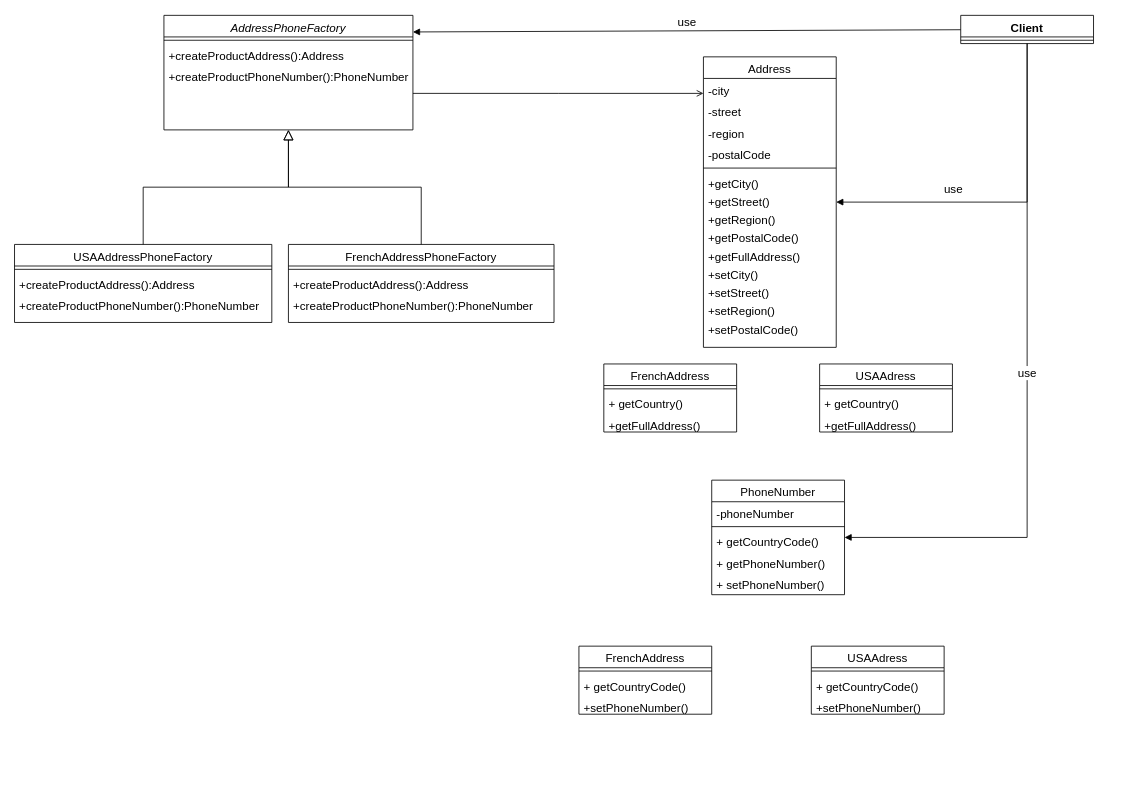
Before: Seminar2.drawio in PanJr0109/PanJr0109, a draw.io diagram. Source tidied: cells renumbered, new cells numbered last; positions are measured from the earlier drawing's top-left corner, leaving out a move shared by most shapes. Both pictures are drawn from the tidied source at 83%, with x=0, y=0 at pixel (14, 15).
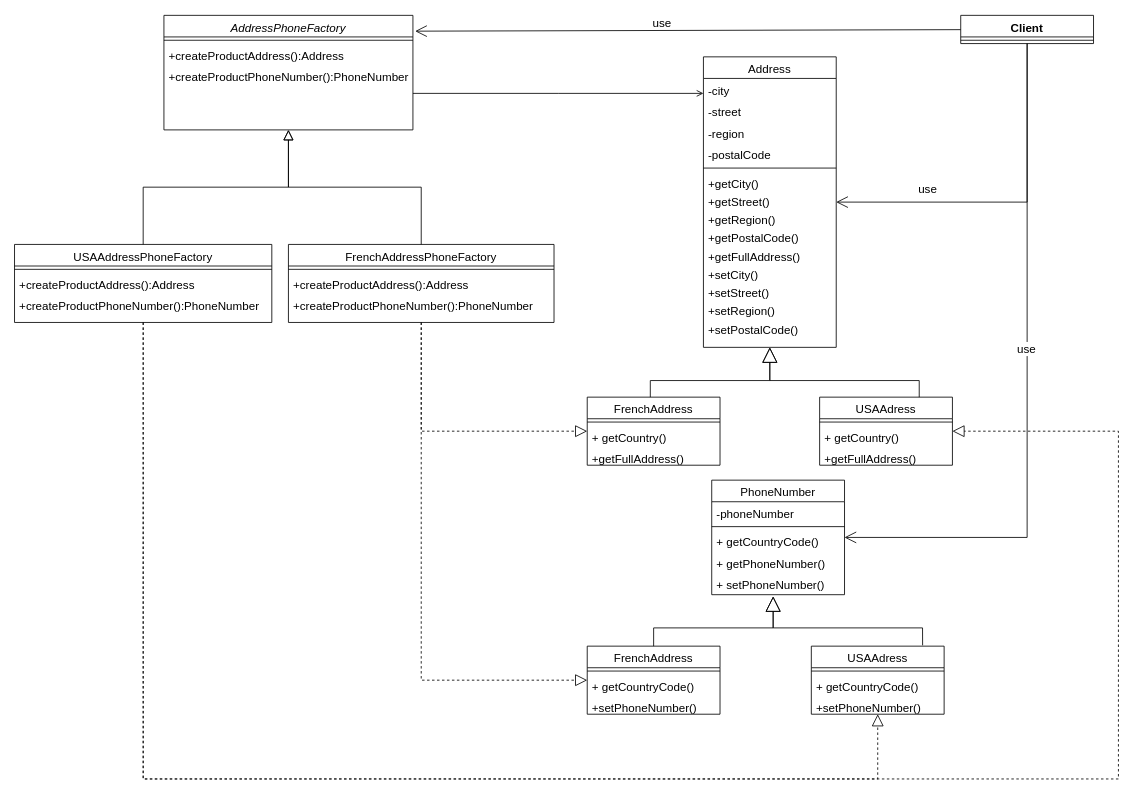
Above is the later version.

Unchanged cells that the change refers to:
```xml
<mxCell id="2" value="AddressPhoneFactory" style="swimlane;fontStyle=2;align=center;verticalAlign=top;horizontal=1;startSize=26;rounded=0;shadow=0;strokeWidth=1;fontSize=14;" parent="1" vertex="1">
  <mxGeometry x="180" width="300" height="138" as="geometry" />
</mxCell>
<mxCell id="6" value="USAAddressPhoneFactory" style="swimlane;fontStyle=0;align=center;verticalAlign=top;horizontal=1;startSize=26;rounded=0;shadow=0;strokeWidth=1;fontSize=14;" parent="1" vertex="1">
  <mxGeometry y="276" width="310" height="94" as="geometry" />
</mxCell>
<mxCell id="11" value="FrenchAddressPhoneFactory" style="swimlane;fontStyle=0;align=center;verticalAlign=top;horizontal=1;startSize=26;rounded=0;shadow=0;strokeWidth=1;fontSize=14;" parent="1" vertex="1">
  <mxGeometry x="330" y="276" width="320" height="94" as="geometry" />
</mxCell>
<mxCell id="16" value="Address" style="swimlane;fontStyle=0;align=center;verticalAlign=top;horizontal=1;startSize=26;rounded=0;shadow=0;strokeWidth=1;fontSize=14;" parent="1" vertex="1">
  <mxGeometry x="830" y="50" width="160" height="350" as="geometry" />
</mxCell>
<mxCell id="40" value="PhoneNumber" style="swimlane;fontStyle=0;align=center;verticalAlign=top;horizontal=1;startSize=26;fontSize=14;" parent="1" vertex="1">
  <mxGeometry x="840" y="560" width="160" height="138" as="geometry" />
</mxCell>
<mxCell id="50" value="USAAdress" style="swimlane;fontStyle=0;align=center;verticalAlign=top;horizontal=1;startSize=26;fontSize=14;" parent="1" vertex="1">
  <mxGeometry x="960" y="760" width="160" height="82" as="geometry" />
</mxCell>
<mxCell id="54" value="Client" style="swimlane;fontStyle=1;align=center;verticalAlign=top;horizontal=1;startSize=26;fontSize=14;" parent="1" vertex="1">
  <mxGeometry x="1140" width="160" height="34" as="geometry" />
</mxCell>
```

The edit, as a diff of the source:
```diff
@@
     <mxCell id="32" value="FrenchAddress" style="swimlane;fontStyle=0;align=center;verticalAlign=top;horizontal=1;startSize=26;fontSize=14;" parent="1" vertex="1">
-      <mxGeometry x="710" y="420" width="160" height="82" as="geometry" />
+      <mxGeometry x="690" y="460" width="160" height="82" as="geometry" />
     </mxCell>
@@
     <mxCell id="36" value="USAAdress" style="swimlane;fontStyle=0;align=center;verticalAlign=top;horizontal=1;startSize=26;fontSize=14;" parent="1" vertex="1">
-      <mxGeometry x="970" y="420" width="160" height="82" as="geometry" />
+      <mxGeometry x="970" y="460" width="160" height="82" as="geometry" />
     </mxCell>
@@
     <mxCell id="46" value="FrenchAddress" style="swimlane;fontStyle=0;align=center;verticalAlign=top;horizontal=1;startSize=26;fontSize=14;" parent="1" vertex="1">
-      <mxGeometry x="680" y="760" width="160" height="82" as="geometry" />
+      <mxGeometry x="690" y="760" width="160" height="82" as="geometry" />
     </mxCell>
@@
-    <mxCell id="56" value="use" style="html=1;verticalAlign=bottom;endArrow=block;rounded=0;fontSize=14;" parent="1" edge="1" source="54">
-      <mxGeometry relative="1" as="geometry">
-        <mxPoint x="480" y="20" as="targetPoint" />
-      </mxGeometry>
-    </mxCell>
+    <mxCell id="59" style="endArrow=block;endSize=16;endFill=0;html=1;rounded=0;fontSize=14;" parent="1" edge="1" target="16">
+      <mxGeometry x="-0.5" y="-50" relative="1" as="geometry">
+        <mxPoint x="766" y="460" as="sourcePoint" />
+        <Array as="points">
+          <mxPoint x="766" y="440" />
+          <mxPoint x="910" y="440" />
+        </Array>
+      </mxGeometry>
+    </mxCell>
+    <mxCell id="60" style="endArrow=block;endSize=16;endFill=0;html=1;rounded=0;fontSize=14;exitX=0.75;exitY=0;exitDx=0;exitDy=0;" parent="1" edge="1" source="36" target="16">
+      <mxGeometry x="0.25" y="50" relative="1" as="geometry">
+        <Array as="points">
+          <mxPoint x="1090" y="440" />
+          <mxPoint x="910" y="440" />
+        </Array>
+      </mxGeometry>
+    </mxCell>
+    <mxCell id="61" style="endArrow=block;endSize=16;endFill=0;html=1;rounded=0;fontSize=14;" parent="1" edge="1" source="46">
+      <mxGeometry x="-0.5" y="-50" relative="1" as="geometry">
+        <mxPoint x="914" y="700" as="targetPoint" />
+        <Array as="points">
+          <mxPoint x="770" y="738" />
+          <mxPoint x="914" y="738" />
+        </Array>
+      </mxGeometry>
+    </mxCell>
+    <mxCell id="62" style="endArrow=block;endSize=16;endFill=0;html=1;rounded=0;fontSize=14;exitX=0.838;exitY=-0.012;exitDx=0;exitDy=0;exitPerimeter=0;" parent="1" edge="1" source="50">
+      <mxGeometry x="0.25" y="50" relative="1" as="geometry">
+        <mxPoint x="914" y="700" as="targetPoint" />
+        <Array as="points">
+          <mxPoint x="1094" y="738" />
+          <mxPoint x="914" y="738" />
+        </Array>
+      </mxGeometry>
+    </mxCell>
+    <mxCell id="63" style="endArrow=block;dashed=1;endFill=0;endSize=12;html=1;rounded=0;fontSize=14;" parent="1" edge="1" source="6" target="50">
+      <mxGeometry relative="1" as="geometry">
+        <Array as="points">
+          <mxPoint x="155" y="920" />
+          <mxPoint x="1040" y="920" />
+        </Array>
+      </mxGeometry>
+    </mxCell>
+    <mxCell id="64" style="endArrow=block;dashed=1;endFill=0;endSize=12;html=1;rounded=0;fontSize=14;" parent="1" edge="1" source="6" target="36">
+      <mxGeometry relative="1" as="geometry">
+        <Array as="points">
+          <mxPoint x="155" y="920" />
+          <mxPoint x="1330" y="920" />
+          <mxPoint x="1330" y="501" />
+        </Array>
+      </mxGeometry>
+    </mxCell>
+    <mxCell id="65" style="endArrow=block;dashed=1;endFill=0;endSize=12;html=1;rounded=0;fontSize=14;" parent="1" edge="1" source="11" target="32">
+      <mxGeometry relative="1" as="geometry">
+        <Array as="points">
+          <mxPoint x="490" y="501" />
+        </Array>
+      </mxGeometry>
+    </mxCell>
+    <mxCell id="66" style="endArrow=block;dashed=1;endFill=0;endSize=12;html=1;rounded=0;fontSize=14;" parent="1" edge="1" source="11" target="46">
+      <mxGeometry relative="1" as="geometry">
+        <Array as="points">
+          <mxPoint x="490" y="801" />
+        </Array>
+      </mxGeometry>
+    </mxCell>
+    <mxCell id="67" style="endArrow=open;endFill=1;endSize=12;html=1;rounded=0;fontSize=14;entryX=1.009;entryY=0.138;entryDx=0;entryDy=0;entryPerimeter=0;" parent="1" edge="1" source="54" target="2">
+      <mxGeometry relative="1" as="geometry" />
+    </mxCell>
+    <mxCell id="68" value="use" style="text;html=1;align=center;verticalAlign=middle;strokeColor=none;fillColor=none;fontSize=14;" parent="1" vertex="1">
+      <mxGeometry x="760" width="40" height="20" as="geometry" />
+    </mxCell>
-    <mxCell id="57" value="use" style="html=1;verticalAlign=bottom;endArrow=block;rounded=0;fontSize=14;" parent="1" edge="1" source="54" target="16">
-      <mxGeometry x="0.33" y="-5" relative="1" as="geometry">
+    <mxCell id="57" style="endArrow=open;endFill=1;endSize=12;html=1;rounded=0;fontSize=14;" parent="1" edge="1" source="54" target="16">
+      <mxGeometry relative="1" as="geometry">
         <Array as="points">
           <mxPoint x="1220" y="225" />
         </Array>
       </mxGeometry>
     </mxCell>
+    <mxCell id="69" value="use" style="text;html=1;align=center;verticalAlign=middle;strokeColor=none;fillColor=none;fontSize=14;" parent="1" vertex="1">
+      <mxGeometry x="1080" y="200" width="40" height="20" as="geometry" />
+    </mxCell>
-    <mxCell id="58" value="use" style="html=1;verticalAlign=bottom;endArrow=block;rounded=0;fontSize=14;" parent="1" edge="1" source="54" target="40">
+    <mxCell id="58" style="endArrow=open;endFill=1;endSize=12;html=1;rounded=0;fontSize=14;" parent="1" edge="1" source="54" target="40">
       <mxGeometry relative="1" as="geometry">
         <Array as="points">
           <mxPoint x="1220" y="629" />
         </Array>
       </mxGeometry>
     </mxCell>
+    <mxCell id="70" value="use" style="edgeLabel;html=1;align=center;verticalAlign=middle;fontSize=14;" parent="58" vertex="1">
+      <mxGeometry x="-0.1" y="-2" relative="1" as="geometry" />
+    </mxCell>
```
